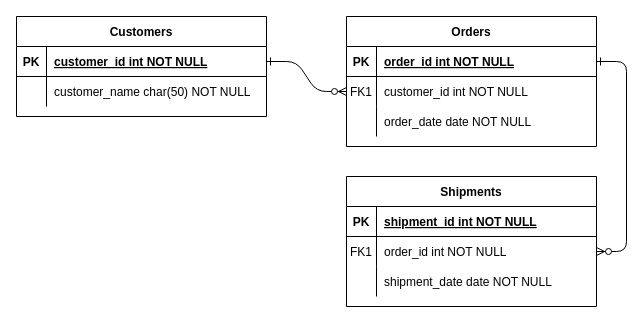
vitanaturalle/ProjetoIntegrador keeps this draw.io diagram as Diagrama sem nome.drawio. Above is the earlier version. Source tidied: cells renumbered, new cells numbered last; positions are measured from the earlier drawing's top-left corner, leaving out a move shared by most shapes. Both pictures are drawn from the tidied source at 100%, with x=0, y=0 at pixel (16, 16).
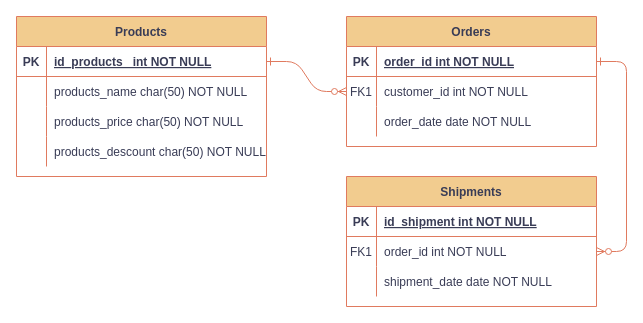
The same diagram, later.

What changed in the source:
```diff
@@
-    <mxCell id="2" style="edgeStyle=entityRelationEdgeStyle;endArrow=ERzeroToMany;startArrow=ERone;endFill=1;startFill=0;" parent="1" edge="1" source="25" target="8">
+    <mxCell id="2" style="edgeStyle=entityRelationEdgeStyle;endArrow=ERzeroToMany;startArrow=ERone;endFill=1;startFill=0;labelBackgroundColor=none;fontColor=default;strokeColor=#E07A5F;" parent="1" edge="1" source="25" target="8">
       <mxGeometry relative="1" as="geometry" />
     </mxCell>
-    <mxCell id="3" style="edgeStyle=entityRelationEdgeStyle;endArrow=ERzeroToMany;startArrow=ERone;endFill=1;startFill=0;" parent="1" edge="1" source="5" target="18">
+    <mxCell id="3" style="edgeStyle=entityRelationEdgeStyle;endArrow=ERzeroToMany;startArrow=ERone;endFill=1;startFill=0;labelBackgroundColor=none;fontColor=default;strokeColor=#E07A5F;" parent="1" edge="1" source="5" target="18">
       <mxGeometry relative="1" as="geometry" />
     </mxCell>
-    <mxCell id="4" value="Orders" style="shape=table;startSize=30;childLayout=tableLayout;rowLines=0;fontStyle=1;align=center;" parent="1" vertex="1">
+    <mxCell id="4" value="Orders" style="shape=table;startSize=30;childLayout=tableLayout;rowLines=0;fontStyle=1;align=center;labelBackgroundColor=none;fillColor=#F2CC8F;strokeColor=#E07A5F;fontColor=#393C56;" parent="1" vertex="1">
       <mxGeometry x="330" width="250" height="130" as="geometry" />
     </mxCell>
-    <mxCell id="5" style="shape=partialRectangle;fillColor=none;points=[[0,0.5],[1,0.5]];portConstraint=eastwest;top=0;left=0;right=0;bottom=1;" parent="4" vertex="1">
+    <mxCell id="5" style="shape=partialRectangle;fillColor=none;points=[[0,0.5],[1,0.5]];portConstraint=eastwest;top=0;left=0;right=0;bottom=1;labelBackgroundColor=none;strokeColor=#E07A5F;fontColor=#393C56;" parent="4" vertex="1">
       <mxGeometry y="30" width="250" height="30" as="geometry" />
     </mxCell>
-    <mxCell id="6" value="PK" style="shape=partialRectangle;overflow=hidden;fillColor=none;top=0;left=0;bottom=0;right=0;fontStyle=1;" parent="5" vertex="1">
+    <mxCell id="6" value="PK" style="shape=partialRectangle;overflow=hidden;fillColor=none;top=0;left=0;bottom=0;right=0;fontStyle=1;labelBackgroundColor=none;strokeColor=#E07A5F;fontColor=#393C56;" parent="5" vertex="1">
       <mxGeometry width="30" height="30" as="geometry" />
     </mxCell>
-    <mxCell id="7" value="order_id int NOT NULL " style="shape=partialRectangle;overflow=hidden;fillColor=none;top=0;left=0;bottom=0;right=0;align=left;spacingLeft=6;fontStyle=5;" parent="5" vertex="1">
+    <mxCell id="7" value="order_id int NOT NULL " style="shape=partialRectangle;overflow=hidden;fillColor=none;top=0;left=0;bottom=0;right=0;align=left;spacingLeft=6;fontStyle=5;labelBackgroundColor=none;strokeColor=#E07A5F;fontColor=#393C56;" parent="5" vertex="1">
       <mxGeometry x="30" width="220" height="30" as="geometry" />
     </mxCell>
-    <mxCell id="8" style="shape=partialRectangle;fillColor=none;points=[[0,0.5],[1,0.5]];portConstraint=eastwest;top=0;left=0;right=0;bottom=0;" parent="4" vertex="1">
+    <mxCell id="8" style="shape=partialRectangle;fillColor=none;points=[[0,0.5],[1,0.5]];portConstraint=eastwest;top=0;left=0;right=0;bottom=0;labelBackgroundColor=none;strokeColor=#E07A5F;fontColor=#393C56;" parent="4" vertex="1">
       <mxGeometry y="60" width="250" height="30" as="geometry" />
     </mxCell>
-    <mxCell id="9" value="FK1" style="shape=partialRectangle;overflow=hidden;fillColor=none;top=0;left=0;bottom=0;right=0;" parent="8" vertex="1">
+    <mxCell id="9" value="FK1" style="shape=partialRectangle;overflow=hidden;fillColor=none;top=0;left=0;bottom=0;right=0;labelBackgroundColor=none;strokeColor=#E07A5F;fontColor=#393C56;" parent="8" vertex="1">
       <mxGeometry width="30" height="30" as="geometry" />
     </mxCell>
-    <mxCell id="10" value="customer_id int NOT NULL" style="shape=partialRectangle;overflow=hidden;fillColor=none;top=0;left=0;bottom=0;right=0;align=left;spacingLeft=6;" parent="8" vertex="1">
+    <mxCell id="10" value="customer_id int NOT NULL" style="shape=partialRectangle;overflow=hidden;fillColor=none;top=0;left=0;bottom=0;right=0;align=left;spacingLeft=6;labelBackgroundColor=none;strokeColor=#E07A5F;fontColor=#393C56;" parent="8" vertex="1">
       <mxGeometry x="30" width="220" height="30" as="geometry" />
     </mxCell>
-    <mxCell id="11" style="shape=partialRectangle;fillColor=none;top=0;left=0;right=0;bottom=0;" parent="4" vertex="1">
+    <mxCell id="11" style="shape=partialRectangle;fillColor=none;top=0;left=0;right=0;bottom=0;labelBackgroundColor=none;strokeColor=#E07A5F;fontColor=#393C56;" parent="4" vertex="1">
       <mxGeometry y="90" width="250" height="30" as="geometry" />
     </mxCell>
-    <mxCell id="12" style="shape=partialRectangle;overflow=hidden;fillColor=none;top=0;left=0;bottom=0;right=0;" parent="11" vertex="1">
+    <mxCell id="12" style="shape=partialRectangle;overflow=hidden;fillColor=none;top=0;left=0;bottom=0;right=0;labelBackgroundColor=none;strokeColor=#E07A5F;fontColor=#393C56;" parent="11" vertex="1">
       <mxGeometry width="30" height="30" as="geometry" />
     </mxCell>
-    <mxCell id="13" value="order_date date NOT NULL" style="shape=partialRectangle;overflow=hidden;fillColor=none;top=0;left=0;bottom=0;right=0;align=left;spacingLeft=6;" parent="11" vertex="1">
+    <mxCell id="13" value="order_date date NOT NULL" style="shape=partialRectangle;overflow=hidden;fillColor=none;top=0;left=0;bottom=0;right=0;align=left;spacingLeft=6;labelBackgroundColor=none;strokeColor=#E07A5F;fontColor=#393C56;" parent="11" vertex="1">
       <mxGeometry x="30" width="220" height="30" as="geometry" />
     </mxCell>
-    <mxCell id="14" value="Shipments" style="shape=table;startSize=30;childLayout=tableLayout;rowLines=0;fontStyle=1;align=center;" parent="1" vertex="1">
+    <mxCell id="14" value="Shipments" style="shape=table;startSize=30;childLayout=tableLayout;rowLines=0;fontStyle=1;align=center;labelBackgroundColor=none;fillColor=#F2CC8F;strokeColor=#E07A5F;fontColor=#393C56;" parent="1" vertex="1">
       <mxGeometry x="330" y="160" width="250" height="130" as="geometry" />
     </mxCell>
-    <mxCell id="15" style="shape=partialRectangle;fillColor=none;top=0;left=0;right=0;bottom=1;" parent="14" vertex="1">
+    <mxCell id="15" style="shape=partialRectangle;fillColor=none;top=0;left=0;right=0;bottom=1;labelBackgroundColor=none;strokeColor=#E07A5F;fontColor=#393C56;" parent="14" vertex="1">
       <mxGeometry y="30" width="250" height="30" as="geometry" />
     </mxCell>
-    <mxCell id="16" value="PK" style="shape=partialRectangle;overflow=hidden;fillColor=none;top=0;left=0;bottom=0;right=0;fontStyle=1;" parent="15" vertex="1">
+    <mxCell id="16" value="PK" style="shape=partialRectangle;overflow=hidden;fillColor=none;top=0;left=0;bottom=0;right=0;fontStyle=1;labelBackgroundColor=none;strokeColor=#E07A5F;fontColor=#393C56;" parent="15" vertex="1">
       <mxGeometry width="30" height="30" as="geometry" />
     </mxCell>
-    <mxCell id="17" value="shipment_id int NOT NULL " style="shape=partialRectangle;overflow=hidden;fillColor=none;top=0;left=0;bottom=0;right=0;align=left;spacingLeft=6;fontStyle=5;" parent="15" vertex="1">
+    <mxCell id="17" value="id_shipment int NOT NULL " style="shape=partialRectangle;overflow=hidden;fillColor=none;top=0;left=0;bottom=0;right=0;align=left;spacingLeft=6;fontStyle=5;labelBackgroundColor=none;strokeColor=#E07A5F;fontColor=#393C56;" parent="15" vertex="1">
       <mxGeometry x="30" width="220" height="30" as="geometry" />
     </mxCell>
-    <mxCell id="18" style="shape=partialRectangle;fillColor=none;points=[[0,0.5],[1,0.5]];portConstraint=eastwest;top=0;left=0;right=0;bottom=0;" parent="14" vertex="1">
+    <mxCell id="18" style="shape=partialRectangle;fillColor=none;points=[[0,0.5],[1,0.5]];portConstraint=eastwest;top=0;left=0;right=0;bottom=0;labelBackgroundColor=none;strokeColor=#E07A5F;fontColor=#393C56;" parent="14" vertex="1">
       <mxGeometry y="60" width="250" height="30" as="geometry" />
     </mxCell>
-    <mxCell id="19" value="FK1" style="shape=partialRectangle;overflow=hidden;fillColor=none;top=0;left=0;bottom=0;right=0;" parent="18" vertex="1">
+    <mxCell id="19" value="FK1" style="shape=partialRectangle;overflow=hidden;fillColor=none;top=0;left=0;bottom=0;right=0;labelBackgroundColor=none;strokeColor=#E07A5F;fontColor=#393C56;" parent="18" vertex="1">
       <mxGeometry width="30" height="30" as="geometry" />
     </mxCell>
-    <mxCell id="20" value="order_id int NOT NULL" style="shape=partialRectangle;overflow=hidden;fillColor=none;top=0;left=0;bottom=0;right=0;align=left;spacingLeft=6;" parent="18" vertex="1">
+    <mxCell id="20" value="order_id int NOT NULL" style="shape=partialRectangle;overflow=hidden;fillColor=none;top=0;left=0;bottom=0;right=0;align=left;spacingLeft=6;labelBackgroundColor=none;strokeColor=#E07A5F;fontColor=#393C56;" parent="18" vertex="1">
       <mxGeometry x="30" width="220" height="30" as="geometry" />
     </mxCell>
-    <mxCell id="21" style="shape=partialRectangle;fillColor=none;top=0;left=0;right=0;bottom=0;" parent="14" vertex="1">
+    <mxCell id="21" style="shape=partialRectangle;fillColor=none;top=0;left=0;right=0;bottom=0;labelBackgroundColor=none;strokeColor=#E07A5F;fontColor=#393C56;" parent="14" vertex="1">
       <mxGeometry y="90" width="250" height="30" as="geometry" />
     </mxCell>
-    <mxCell id="22" style="shape=partialRectangle;overflow=hidden;fillColor=none;top=0;left=0;bottom=0;right=0;" parent="21" vertex="1">
+    <mxCell id="22" style="shape=partialRectangle;overflow=hidden;fillColor=none;top=0;left=0;bottom=0;right=0;labelBackgroundColor=none;strokeColor=#E07A5F;fontColor=#393C56;" parent="21" vertex="1">
       <mxGeometry width="30" height="30" as="geometry" />
     </mxCell>
-    <mxCell id="23" value="shipment_date date NOT NULL" style="shape=partialRectangle;overflow=hidden;fillColor=none;top=0;left=0;bottom=0;right=0;align=left;spacingLeft=6;" parent="21" vertex="1">
+    <mxCell id="23" value="shipment_date date NOT NULL" style="shape=partialRectangle;overflow=hidden;fillColor=none;top=0;left=0;bottom=0;right=0;align=left;spacingLeft=6;labelBackgroundColor=none;strokeColor=#E07A5F;fontColor=#393C56;" parent="21" vertex="1">
       <mxGeometry x="30" width="220" height="30" as="geometry" />
     </mxCell>
-    <mxCell id="24" value="Customers" style="shape=table;startSize=30;childLayout=tableLayout;rowLines=0;fontStyle=1;align=center;" parent="1" vertex="1">
-      <mxGeometry width="250" height="100" as="geometry" />
+    <mxCell id="24" value="Products" style="shape=table;startSize=30;childLayout=tableLayout;rowLines=0;fontStyle=1;align=center;labelBackgroundColor=none;fillColor=#F2CC8F;strokeColor=#E07A5F;fontColor=#393C56;" parent="1" vertex="1">
+      <mxGeometry width="250" height="160" as="geometry" />
     </mxCell>
-    <mxCell id="25" style="shape=partialRectangle;fillColor=none;points=[[0,0.5],[1,0.5]];portConstraint=eastwest;top=0;left=0;right=0;bottom=1;" parent="24" vertex="1">
+    <mxCell id="25" style="shape=partialRectangle;fillColor=none;points=[[0,0.5],[1,0.5]];portConstraint=eastwest;top=0;left=0;right=0;bottom=1;labelBackgroundColor=none;strokeColor=#E07A5F;fontColor=#393C56;" parent="24" vertex="1">
       <mxGeometry y="30" width="250" height="30" as="geometry" />
     </mxCell>
-    <mxCell id="26" value="PK" style="shape=partialRectangle;overflow=hidden;fillColor=none;top=0;left=0;bottom=0;right=0;fontStyle=1;" parent="25" vertex="1">
+    <mxCell id="26" value="PK" style="shape=partialRectangle;overflow=hidden;fillColor=none;top=0;left=0;bottom=0;right=0;fontStyle=1;labelBackgroundColor=none;strokeColor=#E07A5F;fontColor=#393C56;" parent="25" vertex="1">
       <mxGeometry width="30" height="30" as="geometry" />
     </mxCell>
-    <mxCell id="27" value="customer_id int NOT NULL " style="shape=partialRectangle;overflow=hidden;fillColor=none;top=0;left=0;bottom=0;right=0;align=left;spacingLeft=6;fontStyle=5;" parent="25" vertex="1">
+    <mxCell id="27" value="id_products_ int NOT NULL " style="shape=partialRectangle;overflow=hidden;fillColor=none;top=0;left=0;bottom=0;right=0;align=left;spacingLeft=6;fontStyle=5;labelBackgroundColor=none;strokeColor=#E07A5F;fontColor=#393C56;" parent="25" vertex="1">
       <mxGeometry x="30" width="220" height="30" as="geometry" />
     </mxCell>
+    <mxCell id="31" style="shape=partialRectangle;fillColor=none;top=0;left=0;right=0;bottom=0;labelBackgroundColor=none;strokeColor=#E07A5F;fontColor=#393C56;" parent="24" vertex="1">
+      <mxGeometry y="60" width="250" height="30" as="geometry" />
+    </mxCell>
+    <mxCell id="32" style="shape=partialRectangle;overflow=hidden;fillColor=none;top=0;left=0;bottom=0;right=0;labelBackgroundColor=none;strokeColor=#E07A5F;fontColor=#393C56;" parent="31" vertex="1">
+      <mxGeometry width="30" height="30" as="geometry" />
+    </mxCell>
+    <mxCell id="33" value="products_name char(50) NOT NULL" style="shape=partialRectangle;overflow=hidden;fillColor=none;top=0;left=0;bottom=0;right=0;align=left;spacingLeft=6;labelBackgroundColor=none;strokeColor=#E07A5F;fontColor=#393C56;" parent="31" vertex="1">
+      <mxGeometry x="30" width="220" height="30" as="geometry" />
+    </mxCell>
+    <mxCell id="34" style="shape=partialRectangle;fillColor=none;top=0;left=0;right=0;bottom=0;labelBackgroundColor=none;strokeColor=#E07A5F;fontColor=#393C56;" parent="24" vertex="1">
+      <mxGeometry y="90" width="250" height="30" as="geometry" />
+    </mxCell>
+    <mxCell id="35" style="shape=partialRectangle;overflow=hidden;fillColor=none;top=0;left=0;bottom=0;right=0;labelBackgroundColor=none;strokeColor=#E07A5F;fontColor=#393C56;" parent="34" vertex="1">
+      <mxGeometry width="30" height="30" as="geometry" />
+    </mxCell>
+    <mxCell id="36" value="products_price char(50) NOT NULL" style="shape=partialRectangle;overflow=hidden;fillColor=none;top=0;left=0;bottom=0;right=0;align=left;spacingLeft=6;labelBackgroundColor=none;strokeColor=#E07A5F;fontColor=#393C56;" parent="34" vertex="1">
+      <mxGeometry x="30" width="220" height="30" as="geometry" />
+    </mxCell>
-    <mxCell id="28" style="shape=partialRectangle;fillColor=none;top=0;left=0;right=0;bottom=0;" parent="24" vertex="1">
-      <mxGeometry y="60" width="250" height="30" as="geometry" />
+    <mxCell id="28" style="shape=partialRectangle;fillColor=none;top=0;left=0;right=0;bottom=0;labelBackgroundColor=none;strokeColor=#E07A5F;fontColor=#393C56;" parent="24" vertex="1">
+      <mxGeometry y="120" width="250" height="30" as="geometry" />
     </mxCell>
-    <mxCell id="29" style="shape=partialRectangle;overflow=hidden;fillColor=none;top=0;left=0;bottom=0;right=0;" parent="28" vertex="1">
+    <mxCell id="29" style="shape=partialRectangle;overflow=hidden;fillColor=none;top=0;left=0;bottom=0;right=0;labelBackgroundColor=none;strokeColor=#E07A5F;fontColor=#393C56;" parent="28" vertex="1">
       <mxGeometry width="30" height="30" as="geometry" />
     </mxCell>
-    <mxCell id="30" value="customer_name char(50) NOT NULL" style="shape=partialRectangle;overflow=hidden;fillColor=none;top=0;left=0;bottom=0;right=0;align=left;spacingLeft=6;" parent="28" vertex="1">
+    <mxCell id="30" value="products_descount char(50) NOT NULL" style="shape=partialRectangle;overflow=hidden;fillColor=none;top=0;left=0;bottom=0;right=0;align=left;spacingLeft=6;labelBackgroundColor=none;strokeColor=#E07A5F;fontColor=#393C56;" parent="28" vertex="1">
       <mxGeometry x="30" width="220" height="30" as="geometry" />
     </mxCell>
```
